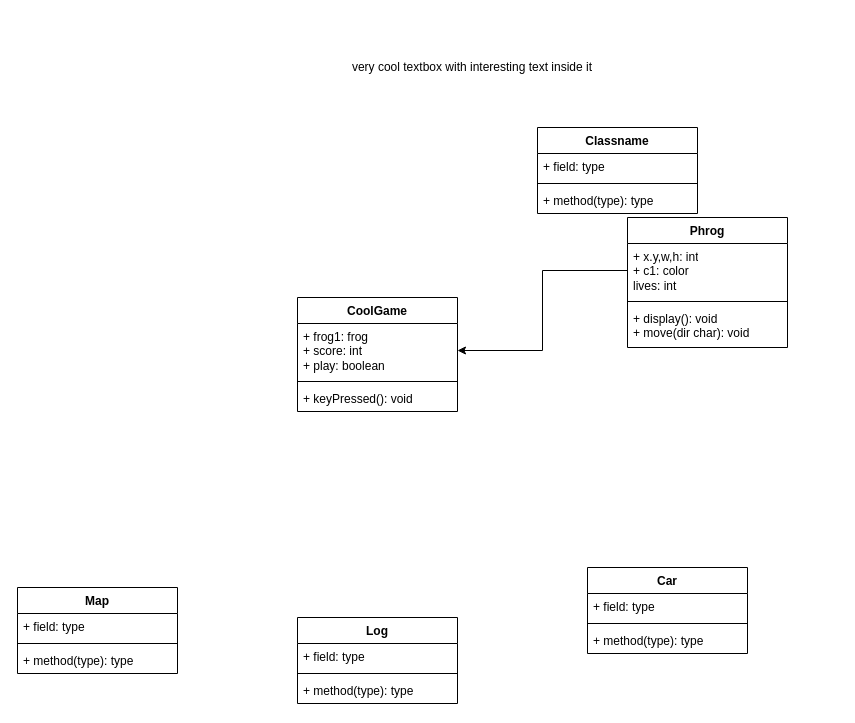
Earlier version of the draw.io diagram Untitled Diagram.drawio (akiaxin/ProgrammingPortfolio). Source tidied: cells renumbered, new cells numbered last; positions are measured from the earlier drawing's top-left corner, leaving out a move shared by most shapes. Both pictures are drawn from the tidied source at 100%, with x=0, y=0 at pixel (17, 17).
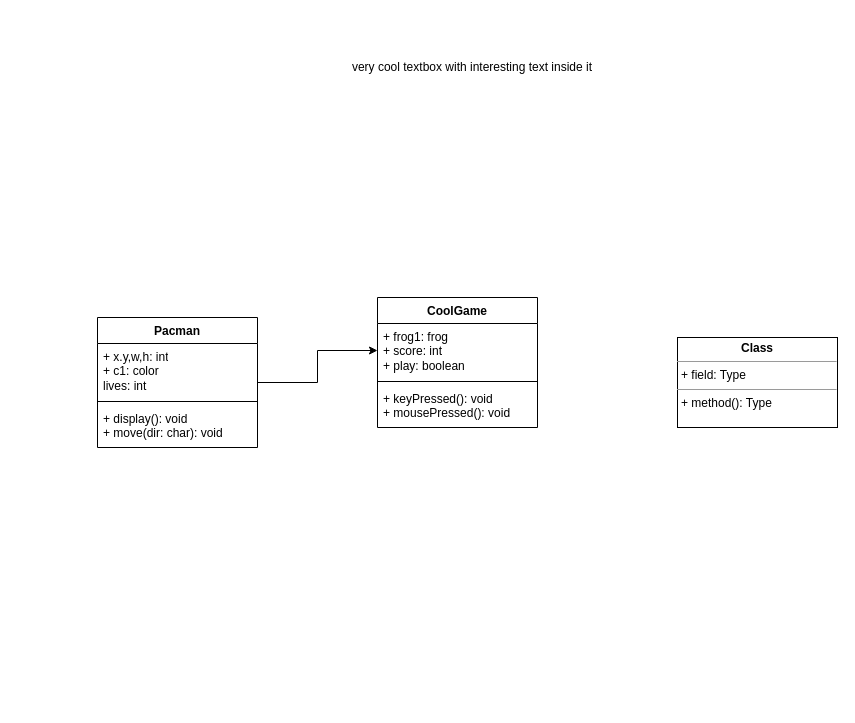
Above is the later version.

Unchanged cells that the change refers to:
```xml
<mxCell id="4" value="+ frog1: frog&lt;br&gt;+ score: int&lt;br&gt;+ play: boolean" style="text;strokeColor=none;fillColor=none;align=left;verticalAlign=top;spacingLeft=4;spacingRight=4;overflow=hidden;points=[[0,0.5],[1,0.5]];portConstraint=eastwest;whiteSpace=wrap;html=1;" parent="3" vertex="1">
  <mxGeometry y="26" width="160" height="54" as="geometry" />
</mxCell>
```

The edit, as a diff of the source:
```diff
@@
     <mxCell id="3" value="CoolGame" style="swimlane;fontStyle=1;align=center;verticalAlign=top;horizontal=1;startSize=26;whiteSpace=wrap;html=1;" parent="1" vertex="1">
-      <mxGeometry x="280" y="280" width="160" height="114" as="geometry" />
+      <mxGeometry x="360" y="280" width="160" height="130" as="geometry" />
     </mxCell>
@@
-    <mxCell id="6" value="+ keyPressed(): void" style="text;strokeColor=none;fillColor=none;align=left;verticalAlign=top;spacingLeft=4;spacingRight=4;overflow=hidden;whiteSpace=wrap;html=1;" parent="3" vertex="1">
-      <mxGeometry y="88" width="160" height="26" as="geometry" />
+    <mxCell id="6" value="+ keyPressed(): void&lt;br&gt;+ mousePressed(): void" style="text;strokeColor=none;fillColor=none;align=left;verticalAlign=top;spacingLeft=4;spacingRight=4;overflow=hidden;whiteSpace=wrap;html=1;" parent="3" vertex="1">
+      <mxGeometry y="88" width="160" height="42" as="geometry" />
     </mxCell>
+    <mxCell id="28" style="edgeStyle=orthogonalEdgeStyle;rounded=0;jettySize=auto;html=1;" parent="1" edge="1" source="7" target="4">
+      <mxGeometry relative="1" as="geometry" />
+    </mxCell>
-    <mxCell id="7" value="Phrog" style="swimlane;fontStyle=1;align=center;verticalAlign=top;horizontal=1;startSize=26;whiteSpace=wrap;html=1;" parent="1" vertex="1">
-      <mxGeometry x="610" y="200" width="160" height="130" as="geometry" />
+    <mxCell id="7" value="Pacman" style="swimlane;fontStyle=1;align=center;verticalAlign=top;horizontal=1;startSize=26;whiteSpace=wrap;html=1;" parent="1" vertex="1">
+      <mxGeometry x="80" y="300" width="160" height="130" as="geometry" />
     </mxCell>
-    <mxCell id="8" value="+ x.y,w,h: int&lt;br&gt;+ c1: color&lt;br&gt;lives: int&lt;br&gt;&lt;br&gt;" style="text;strokeColor=none;fillColor=none;align=left;verticalAlign=top;spacingLeft=4;spacingRight=4;overflow=hidden;points=[[0,0.5],[1,0.5]];portConstraint=eastwest;whiteSpace=wrap;html=1;" parent="7" vertex="1">
+    <mxCell id="8" value="+ x.y,w,h: int&lt;br&gt;+ c1: color&lt;br&gt;lives: int" style="text;strokeColor=none;fillColor=none;align=left;verticalAlign=top;spacingLeft=4;spacingRight=4;overflow=hidden;points=[[0,0.5],[1,0.5]];portConstraint=eastwest;whiteSpace=wrap;html=1;" parent="7" vertex="1">
       <mxGeometry y="26" width="160" height="54" as="geometry" />
     </mxCell>
@@
-    <mxCell id="10" value="+ display(): void&lt;br&gt;+ move(dir char): void" style="text;strokeColor=none;fillColor=none;align=left;verticalAlign=top;spacingLeft=4;spacingRight=4;overflow=hidden;whiteSpace=wrap;html=1;" parent="7" vertex="1">
+    <mxCell id="10" value="+ display(): void&lt;br&gt;+ move(dir: char): void" style="text;strokeColor=none;fillColor=none;align=left;verticalAlign=top;spacingLeft=4;spacingRight=4;overflow=hidden;whiteSpace=wrap;html=1;" parent="7" vertex="1">
       <mxGeometry y="88" width="160" height="42" as="geometry" />
     </mxCell>
-    <mxCell id="11" value="Map" style="swimlane;fontStyle=1;align=center;verticalAlign=top;horizontal=1;startSize=26;whiteSpace=wrap;html=1;" parent="1" vertex="1">
-      <mxGeometry y="570" width="160" height="86" as="geometry" />
-    </mxCell>
-    <mxCell id="12" value="+ field: type" style="text;strokeColor=none;fillColor=none;align=left;verticalAlign=top;spacingLeft=4;spacingRight=4;overflow=hidden;whiteSpace=wrap;html=1;" parent="11" vertex="1">
-      <mxGeometry y="26" width="160" height="26" as="geometry" />
-    </mxCell>
-    <mxCell id="13" style="line;strokeWidth=1;fillColor=none;align=left;verticalAlign=middle;spacingTop=-1;spacingLeft=3;spacingRight=3;labelPosition=right;strokeColor=inherit;" parent="11" vertex="1">
-      <mxGeometry y="52" width="160" height="8" as="geometry" />
-    </mxCell>
-    <mxCell id="14" value="+ method(type): type" style="text;strokeColor=none;fillColor=none;align=left;verticalAlign=top;spacingLeft=4;spacingRight=4;overflow=hidden;whiteSpace=wrap;html=1;" parent="11" vertex="1">
-      <mxGeometry y="60" width="160" height="26" as="geometry" />
-    </mxCell>
-    <mxCell id="15" value="Car" style="swimlane;fontStyle=1;align=center;verticalAlign=top;horizontal=1;startSize=26;whiteSpace=wrap;html=1;" parent="1" vertex="1">
-      <mxGeometry x="570" y="550" width="160" height="86" as="geometry" />
-    </mxCell>
-    <mxCell id="16" value="+ field: type" style="text;strokeColor=none;fillColor=none;align=left;verticalAlign=top;spacingLeft=4;spacingRight=4;overflow=hidden;whiteSpace=wrap;html=1;" parent="15" vertex="1">
-      <mxGeometry y="26" width="160" height="26" as="geometry" />
-    </mxCell>
-    <mxCell id="17" style="line;strokeWidth=1;fillColor=none;align=left;verticalAlign=middle;spacingTop=-1;spacingLeft=3;spacingRight=3;labelPosition=right;strokeColor=inherit;" parent="15" vertex="1">
-      <mxGeometry y="52" width="160" height="8" as="geometry" />
-    </mxCell>
-    <mxCell id="18" value="+ method(type): type" style="text;strokeColor=none;fillColor=none;align=left;verticalAlign=top;spacingLeft=4;spacingRight=4;overflow=hidden;whiteSpace=wrap;html=1;" parent="15" vertex="1">
-      <mxGeometry y="60" width="160" height="26" as="geometry" />
-    </mxCell>
-    <mxCell id="19" value="Log" style="swimlane;fontStyle=1;align=center;verticalAlign=top;horizontal=1;startSize=26;whiteSpace=wrap;html=1;" parent="1" vertex="1">
-      <mxGeometry x="280" y="600" width="160" height="86" as="geometry" />
-    </mxCell>
-    <mxCell id="20" value="+ field: type" style="text;strokeColor=none;fillColor=none;align=left;verticalAlign=top;spacingLeft=4;spacingRight=4;overflow=hidden;whiteSpace=wrap;html=1;" parent="19" vertex="1">
-      <mxGeometry y="26" width="160" height="26" as="geometry" />
-    </mxCell>
-    <mxCell id="21" style="line;strokeWidth=1;fillColor=none;align=left;verticalAlign=middle;spacingTop=-1;spacingLeft=3;spacingRight=3;labelPosition=right;strokeColor=inherit;" parent="19" vertex="1">
-      <mxGeometry y="52" width="160" height="8" as="geometry" />
-    </mxCell>
-    <mxCell id="22" value="+ method(type): type" style="text;strokeColor=none;fillColor=none;align=left;verticalAlign=top;spacingLeft=4;spacingRight=4;overflow=hidden;whiteSpace=wrap;html=1;" parent="19" vertex="1">
-      <mxGeometry y="60" width="160" height="26" as="geometry" />
-    </mxCell>
-    <mxCell id="23" value="Classname" style="swimlane;fontStyle=1;align=center;verticalAlign=top;horizontal=1;startSize=26;whiteSpace=wrap;html=1;" parent="1" vertex="1">
-      <mxGeometry x="520" y="110" width="160" height="86" as="geometry" />
-    </mxCell>
-    <mxCell id="24" value="+ field: type" style="text;strokeColor=none;fillColor=none;align=left;verticalAlign=top;spacingLeft=4;spacingRight=4;overflow=hidden;whiteSpace=wrap;html=1;" parent="23" vertex="1">
-      <mxGeometry y="26" width="160" height="26" as="geometry" />
-    </mxCell>
-    <mxCell id="25" style="line;strokeWidth=1;fillColor=none;align=left;verticalAlign=middle;spacingTop=-1;spacingLeft=3;spacingRight=3;labelPosition=right;strokeColor=inherit;" parent="23" vertex="1">
-      <mxGeometry y="52" width="160" height="8" as="geometry" />
-    </mxCell>
-    <mxCell id="26" value="+ method(type): type" style="text;strokeColor=none;fillColor=none;align=left;verticalAlign=top;spacingLeft=4;spacingRight=4;overflow=hidden;whiteSpace=wrap;html=1;" parent="23" vertex="1">
-      <mxGeometry y="60" width="160" height="26" as="geometry" />
-    </mxCell>
-    <mxCell id="27" style="edgeStyle=orthogonalEdgeStyle;rounded=0;jettySize=auto;html=1;entryX=1;entryY=0.5;entryDx=0;entryDy=0;" parent="1" edge="1" source="8" target="4">
-      <mxGeometry relative="1" as="geometry" />
-    </mxCell>
+    <mxCell id="29" value="&lt;p style=&quot;margin:0px;margin-top:4px;text-align:center;&quot;&gt;&lt;b&gt;Class&lt;/b&gt;&lt;/p&gt;&lt;hr size=&quot;1&quot;/&gt;&lt;p style=&quot;margin:0px;margin-left:4px;&quot;&gt;+ field: Type&lt;/p&gt;&lt;hr size=&quot;1&quot;/&gt;&lt;p style=&quot;margin:0px;margin-left:4px;&quot;&gt;+ method(): Type&lt;/p&gt;" style="verticalAlign=top;align=left;overflow=fill;fontSize=12;fontFamily=Helvetica;html=1;whiteSpace=wrap;" parent="1" vertex="1">
+      <mxGeometry x="660" y="320" width="160" height="90" as="geometry" />
+    </mxCell>
```
